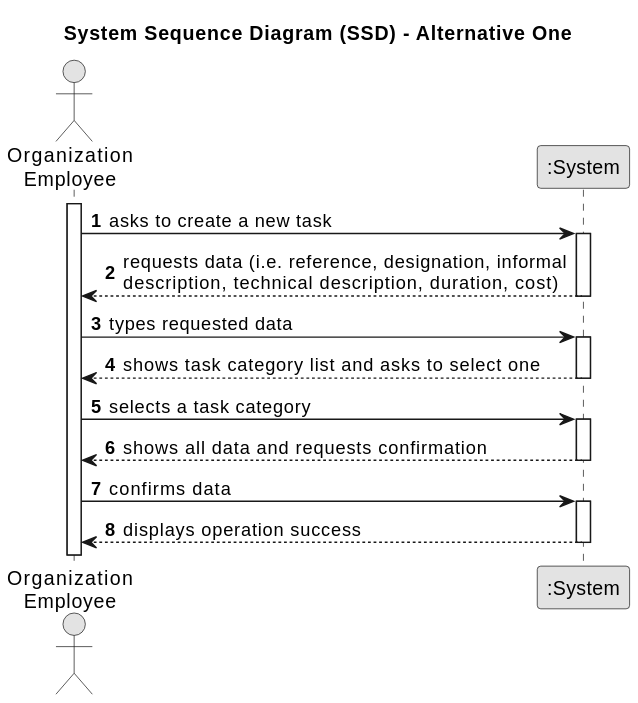
This is docs/sprintA&B&C/us029/01.requirements-engineering/svg/us029-system-sequence-diagram-alternative-one.svg from daniel41silva05/ISEP_2023_2024_LAPR2, a PlantUML export, as it was before one commit.
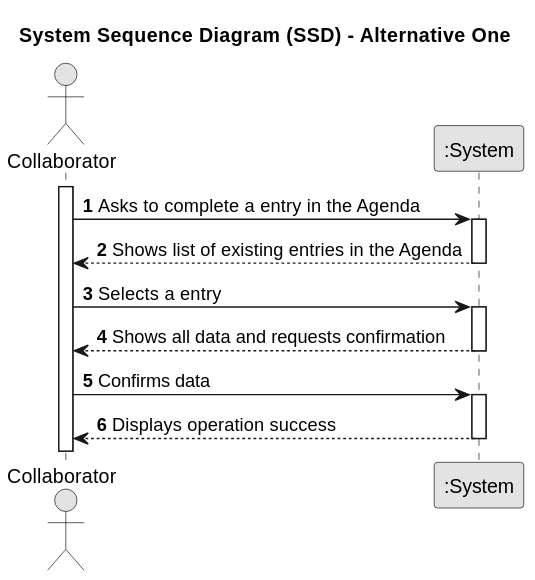
After the change.

What changed in the source:
```diff
@@ -7,32 +7,26 @@
 
 autonumber
 
-actor "Organization\nEmployee" as Employee
+actor "Collaborator" as COLLABORATOR
 participant ":System" as System
 
-activate Employee
+activate COLLABORATOR
 
-    Employee -> System : asks to create a new task
+    COLLABORATOR -> System : Asks to complete a entry in the Agenda
     activate System
 
-        System --> Employee : requests data (i.e. reference, designation, informal\ndescription, technical description, duration, cost)
+        System --> COLLABORATOR : Shows list of existing entries in the Agenda
     deactivate System
 
-    Employee -> System : types requested data
+    COLLABORATOR -> System : Selects a entry
     activate System
 
-        System --> Employee : shows task category list and asks to select one
+        System --> COLLABORATOR : Shows all data and requests confirmation
     deactivate System
 
-    Employee -> System : selects a task category
+    COLLABORATOR -> System : Confirms data
     activate System
 
-        System --> Employee : shows all data and requests confirmation
-    deactivate System
-
-    Employee -> System : confirms data
-    activate System
-
-        System --> Employee : displays operation success
+        System --> COLLABORATOR : Displays operation success
     deactivate System
 @enduml
```
